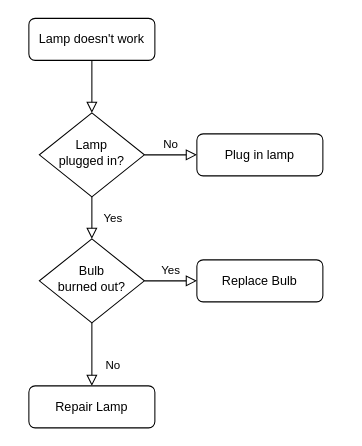
Earlier version of the draw.io diagram images/Untitled Diagram.drawio (Atxx737/detect_attack_by_reinforcement_learning). Source tidied: cells renumbered, new cells numbered last; positions are measured from the earlier drawing's top-left corner, leaving out a move shared by most shapes. Both pictures are drawn from the tidied source at 105%, with x=0, y=0 at pixel (28, 18).
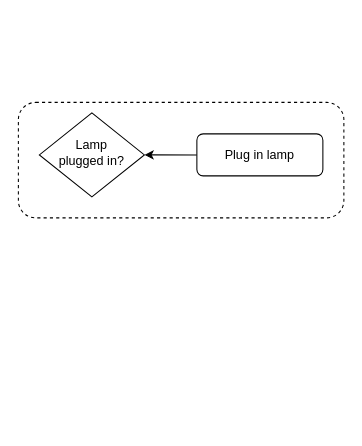
After the change.

What changed in the source:
```diff
@@
 <mxGraphModel>
   <root>
     <mxCell id="0" />
     <mxCell id="1" parent="0" />
-    <mxCell id="2" style="rounded=0;html=1;jettySize=auto;fontSize=11;endArrow=block;endFill=0;endSize=8;strokeWidth=1;shadow=0;labelBackgroundColor=none;edgeStyle=orthogonalEdgeStyle;" parent="1" edge="1" source="3" target="6">
-      <mxGeometry relative="1" as="geometry" />
-    </mxCell>
-    <mxCell id="3" value="Lamp doesn't work" style="rounded=1;whiteSpace=wrap;html=1;fontSize=12;glass=0;strokeWidth=1;shadow=0;" parent="1" vertex="1">
-      <mxGeometry width="120" height="40" as="geometry" />
-    </mxCell>
-    <mxCell id="4" value="Yes" style="rounded=0;html=1;jettySize=auto;fontSize=11;endArrow=block;endFill=0;endSize=8;strokeWidth=1;shadow=0;labelBackgroundColor=none;edgeStyle=orthogonalEdgeStyle;" parent="1" edge="1" source="6" target="10">
-      <mxGeometry y="20" relative="1" as="geometry" />
-    </mxCell>
-    <mxCell id="5" value="No" style="edgeStyle=orthogonalEdgeStyle;rounded=0;html=1;jettySize=auto;fontSize=11;endArrow=block;endFill=0;endSize=8;strokeWidth=1;shadow=0;labelBackgroundColor=none;" parent="1" edge="1" source="6" target="7">
-      <mxGeometry y="10" relative="1" as="geometry" />
-    </mxCell>
     <mxCell id="6" value="Lamp&lt;br&gt;plugged in?" style="rhombus;whiteSpace=wrap;html=1;shadow=0;fontFamily=Helvetica;fontSize=12;align=center;strokeWidth=1;spacing=6;spacingTop=-4;" parent="1" vertex="1">
       <mxGeometry x="10" y="90" width="100" height="80" as="geometry" />
     </mxCell>
     <mxCell id="7" value="Plug in lamp" style="rounded=1;whiteSpace=wrap;html=1;fontSize=12;glass=0;strokeWidth=1;shadow=0;" parent="1" vertex="1">
       <mxGeometry x="160" y="110" width="120" height="40" as="geometry" />
     </mxCell>
-    <mxCell id="8" value="No" style="rounded=0;html=1;jettySize=auto;fontSize=11;endArrow=block;endFill=0;endSize=8;strokeWidth=1;shadow=0;labelBackgroundColor=none;edgeStyle=orthogonalEdgeStyle;" parent="1" edge="1" source="10" target="11">
-      <mxGeometry x="0.33" y="20" relative="1" as="geometry" />
-    </mxCell>
-    <mxCell id="9" value="Yes" style="edgeStyle=orthogonalEdgeStyle;rounded=0;html=1;jettySize=auto;fontSize=11;endArrow=block;endFill=0;endSize=8;strokeWidth=1;shadow=0;labelBackgroundColor=none;" parent="1" edge="1" source="10" target="12">
-      <mxGeometry y="10" relative="1" as="geometry" />
-    </mxCell>
-    <mxCell id="10" value="Bulb&lt;br&gt;burned out?" style="rhombus;whiteSpace=wrap;html=1;shadow=0;fontFamily=Helvetica;fontSize=12;align=center;strokeWidth=1;spacing=6;spacingTop=-4;" parent="1" vertex="1">
-      <mxGeometry x="10" y="210" width="100" height="80" as="geometry" />
-    </mxCell>
-    <mxCell id="11" value="Repair Lamp" style="rounded=1;whiteSpace=wrap;html=1;fontSize=12;glass=0;strokeWidth=1;shadow=0;" parent="1" vertex="1">
-      <mxGeometry y="350" width="120" height="40" as="geometry" />
-    </mxCell>
-    <mxCell id="12" value="Replace Bulb" style="rounded=1;whiteSpace=wrap;html=1;fontSize=12;glass=0;strokeWidth=1;shadow=0;" parent="1" vertex="1">
-      <mxGeometry x="160" y="230" width="120" height="40" as="geometry" />
-    </mxCell>
+    <mxCell id="13" style="rounded=1;whiteSpace=wrap;html=1;gradientColor=none;fillColor=none;dashed=1;" parent="1" vertex="1">
+      <mxGeometry x="-10" y="80" width="310" height="110" as="geometry" />
+    </mxCell>
+    <mxCell id="14" style="endArrow=classic;html=1;rounded=0;exitX=0.548;exitY=0.455;exitDx=0;exitDy=0;exitPerimeter=0;" parent="1" edge="1" source="13">
+      <mxGeometry relative="1" as="geometry">
+        <mxPoint x="110" y="130" as="targetPoint" />
+      </mxGeometry>
+    </mxCell>
   </root>
 </mxGraphModel>
```
